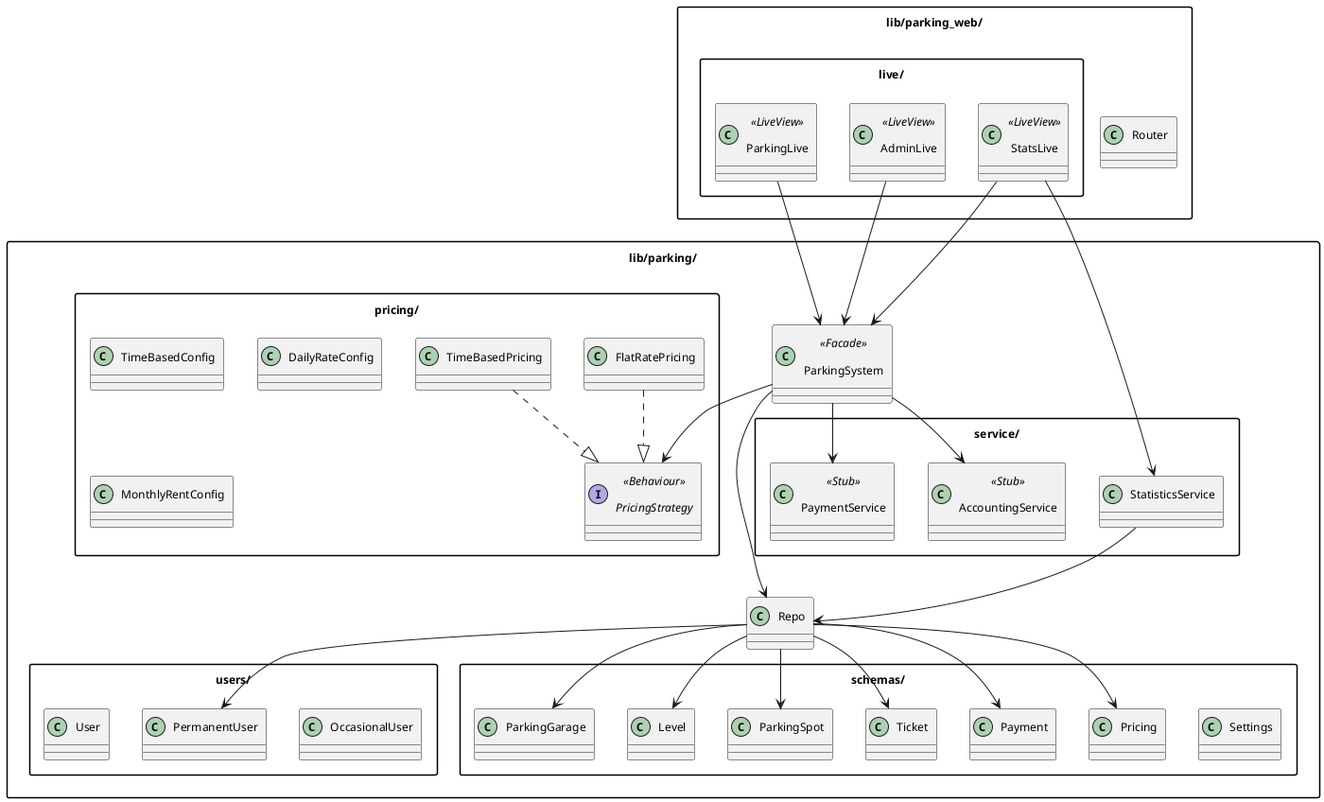
Earlier version of the PlantUML export documentation/diagrams/Moduluebersicht.png (Adyrem/parking).
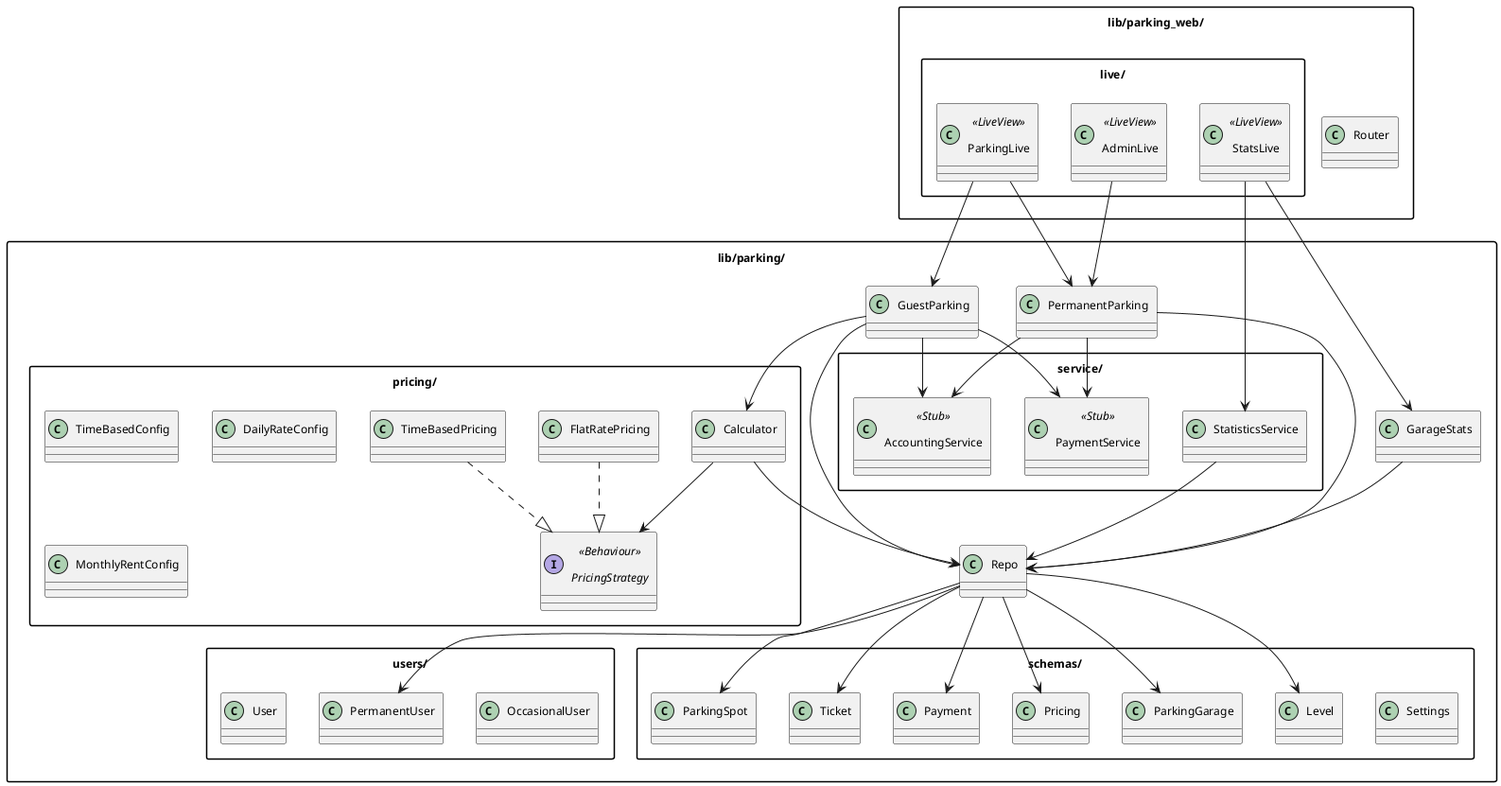
After the commit.

Change to the diagram source:
```diff
@@ -14,7 +14,9 @@
 }
 
 package "lib/parking/" {
-  class ParkingSystem <<Facade>>
+  class GuestParking
+  class PermanentParking
+  class GarageStats
 
   package "users/" {
     class User
@@ -29,6 +31,7 @@
     class TimeBasedConfig
     class DailyRateConfig
     class MonthlyRentConfig
+    class Calculator
   }
 
   package "service/" {
@@ -50,15 +53,25 @@
   class Repo
 }
 
-ParkingLive --> ParkingSystem
-AdminLive --> ParkingSystem
-StatsLive --> ParkingSystem
+ParkingLive --> GuestParking
+ParkingLive --> PermanentParking
+AdminLive --> PermanentParking
+StatsLive --> GarageStats
 StatsLive --> StatisticsService
 
-ParkingSystem --> PaymentService
-ParkingSystem --> AccountingService
-ParkingSystem --> PricingStrategy
-ParkingSystem --> Repo
+GuestParking --> PaymentService
+GuestParking --> AccountingService
+GuestParking --> Calculator
+GuestParking --> Repo
+
+PermanentParking --> PaymentService
+PermanentParking --> AccountingService
+PermanentParking --> Repo
+
+GarageStats --> Repo
+
+Calculator --> PricingStrategy
+Calculator --> Repo
 
 TimeBasedPricing ..|> PricingStrategy
 FlatRatePricing ..|> PricingStrategy
```
